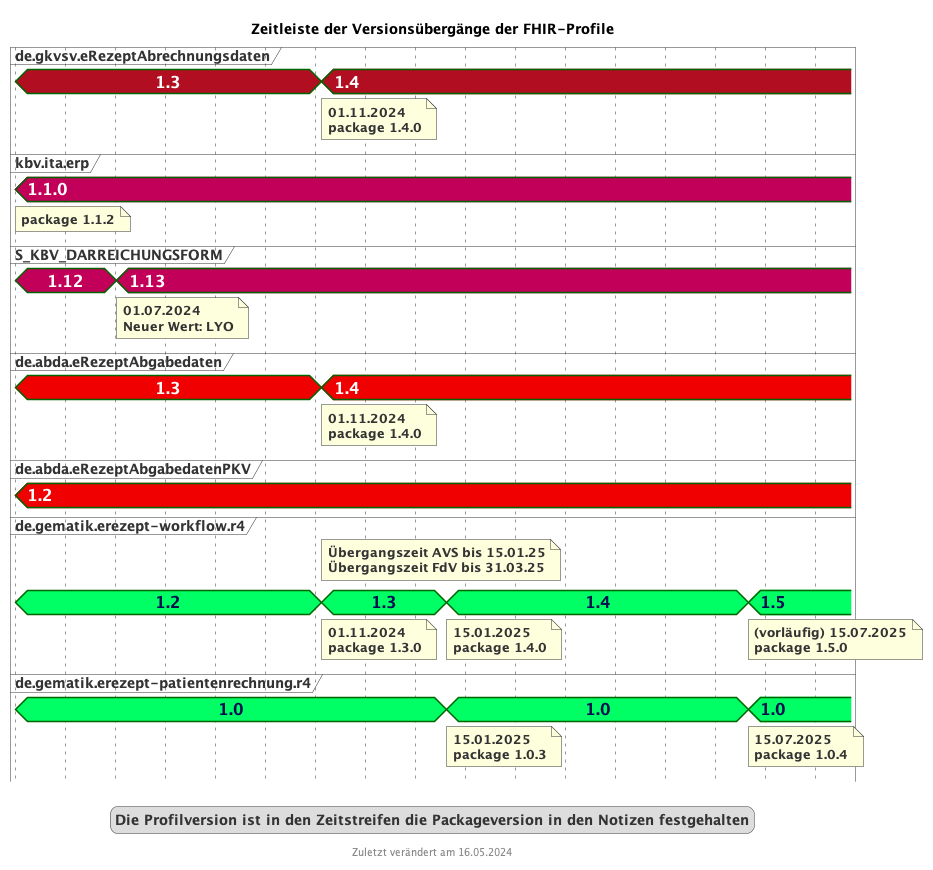
Above: images/puml_fhir_version_timeline.png in gematik/api-erp (PlantUML), before the change.
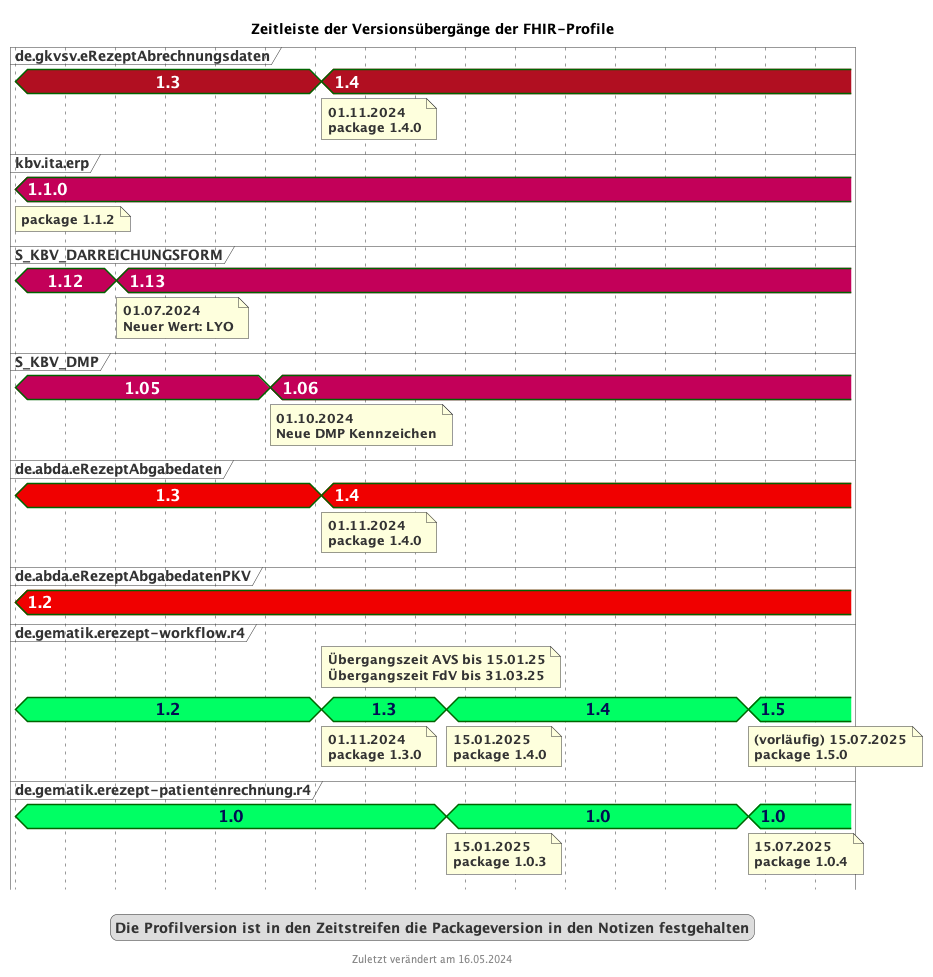
After the commit.

Commit message:
Add DMP Schlüsseltabelle

The edit, as a diff of the source:
```diff
@@ -34,6 +34,7 @@
 concise "de.gkvsv.eRezeptAbrechnungsdaten" as GKV <<gkvcolor>>
 concise "kbv.ita.erp" as KBV <<kbvcolor>>
 concise "S_KBV_DARREICHUNGSFORM" as DF <<kbvcolor>>
+concise "S_KBV_DMP" as DMP <<kbvcolor>>
 concise "de.abda.eRezeptAbgabedaten" as DAV <<davcolor>>
 concise "de.abda.eRezeptAbgabedatenPKV" as PKV <<davcolor>>
 concise "de.gematik.erezept-workflow.r4" as gematik <<gematikcolor>>
@@ -46,8 +47,9 @@
 @2024/05/01
 GKV is 1.3
 KBV is 1.1.0
+note bottom of KBV : package 1.1.2
 DF is 1.12
-note bottom of KBV : package 1.1.2
+DMP is 1.05
 DAV is 1.3
 gematik is 1.2
 gematikpkv is 1.0
@@ -56,6 +58,10 @@
 @2024/07/01
 DF is 1.13
 note bottom of DF : 01.07.2024\nNeuer Wert: LYO
+
+@2024/10/01
+DMP is 1.06
+note bottom of DMP : 01.10.2024\nNeue DMP Kennzeichen
 
 @2024/11/01
 GKV is 1.4
```
